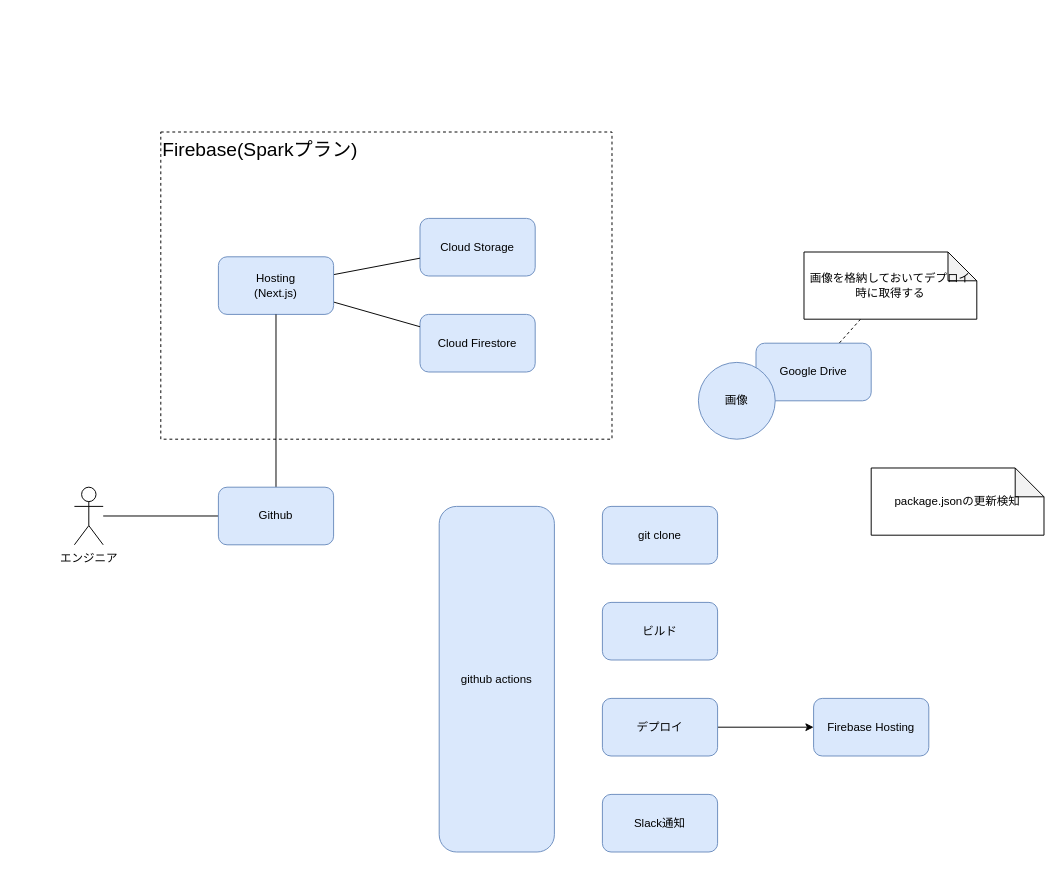
This is page "システムアーキテクチャ" (2 of 2) of document/domainModel.drawio from takiguchi-yu/NetaImageArchive, a draw.io file, before an edit. Source tidied: cells renumbered, new cells numbered last; positions are measured from the earlier drawing's top-left corner, leaving out a move shared by most shapes. Both pictures are drawn from the tidied source at 96%, with x=0, y=0 at pixel (74, 132).
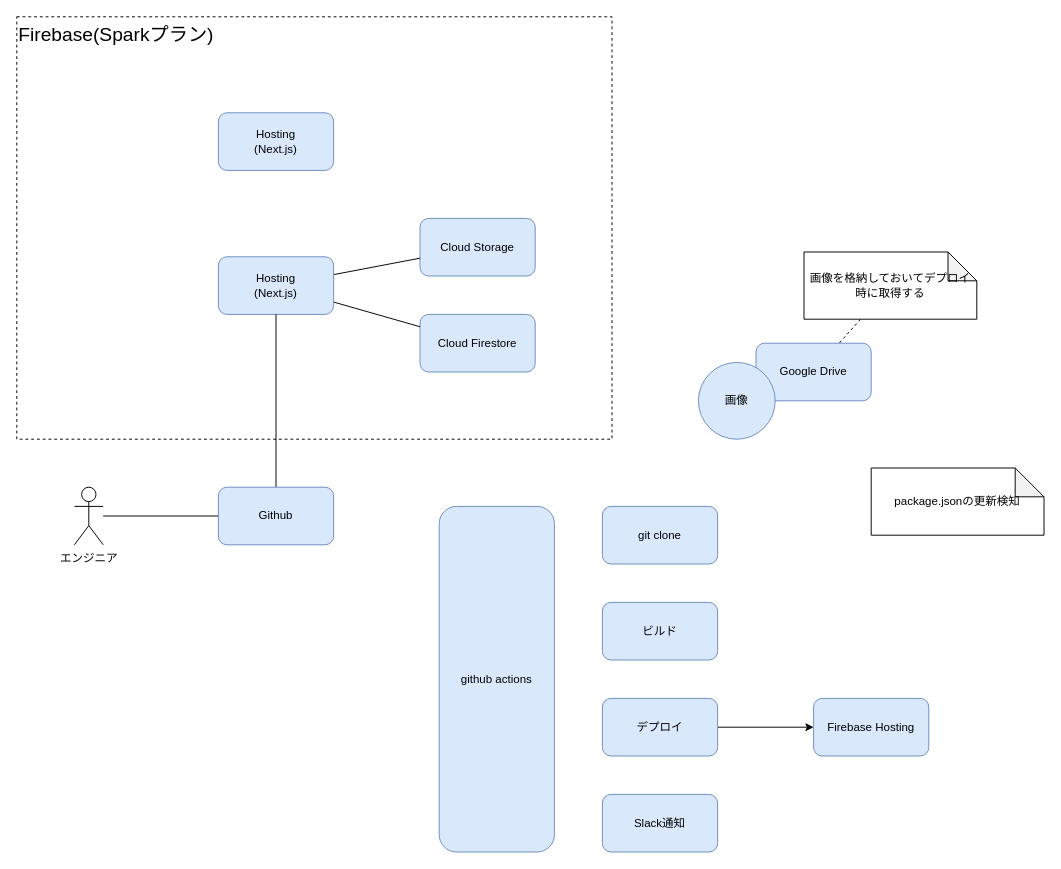
The same page after the edit.

What changed in the source:
```diff
@@
     <mxCell id="2" value="Firebase(Sparkプラン)" style="rounded=0;whiteSpace=wrap;html=1;fillColor=none;verticalAlign=top;align=left;fontSize=20;dashed=1;" parent="1" vertex="1">
-      <mxGeometry x="90" width="470" height="320" as="geometry" />
+      <mxGeometry x="-60" y="-120" width="620" height="440" as="geometry" />
     </mxCell>
@@
+    <mxCell id="24" value="Hosting&lt;br&gt;(Next.js)" style="rounded=1;whiteSpace=wrap;html=1;fillColor=#dae8fc;strokeColor=#6c8ebf;" parent="1" vertex="1">
+      <mxGeometry x="150" y="-20" width="120" height="60" as="geometry" />
+    </mxCell>
```
